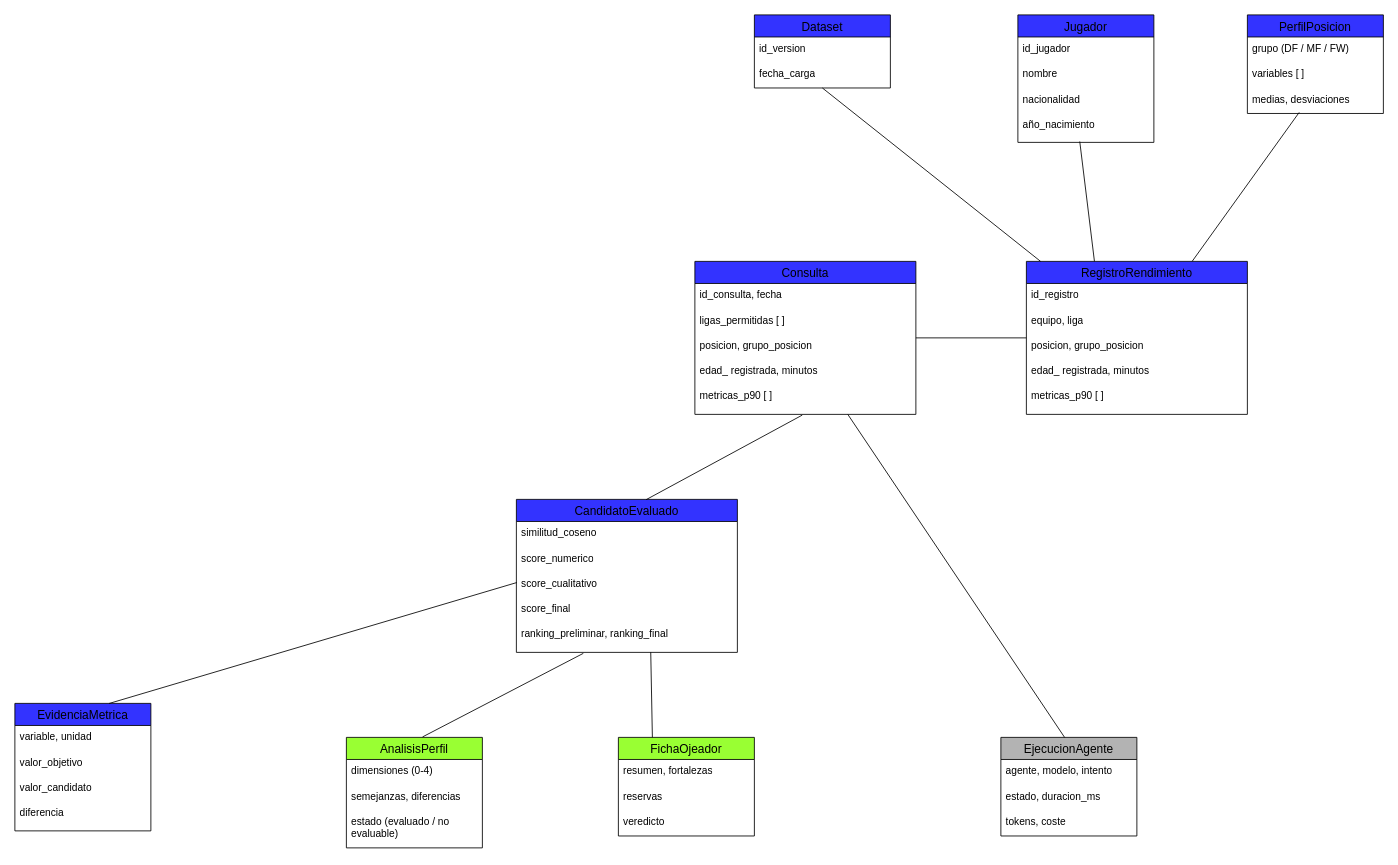
This is diagramas/diagrama_de_dominio.drawio from jgarca30/AI_SCOUT, a draw.io file, before an edit. Source tidied: cells renumbered, new cells numbered last; positions are measured from the earlier drawing's top-left corner, leaving out a move shared by most shapes. Both pictures are drawn from the tidied source at 85%, with x=0, y=0 at pixel (14, 14).
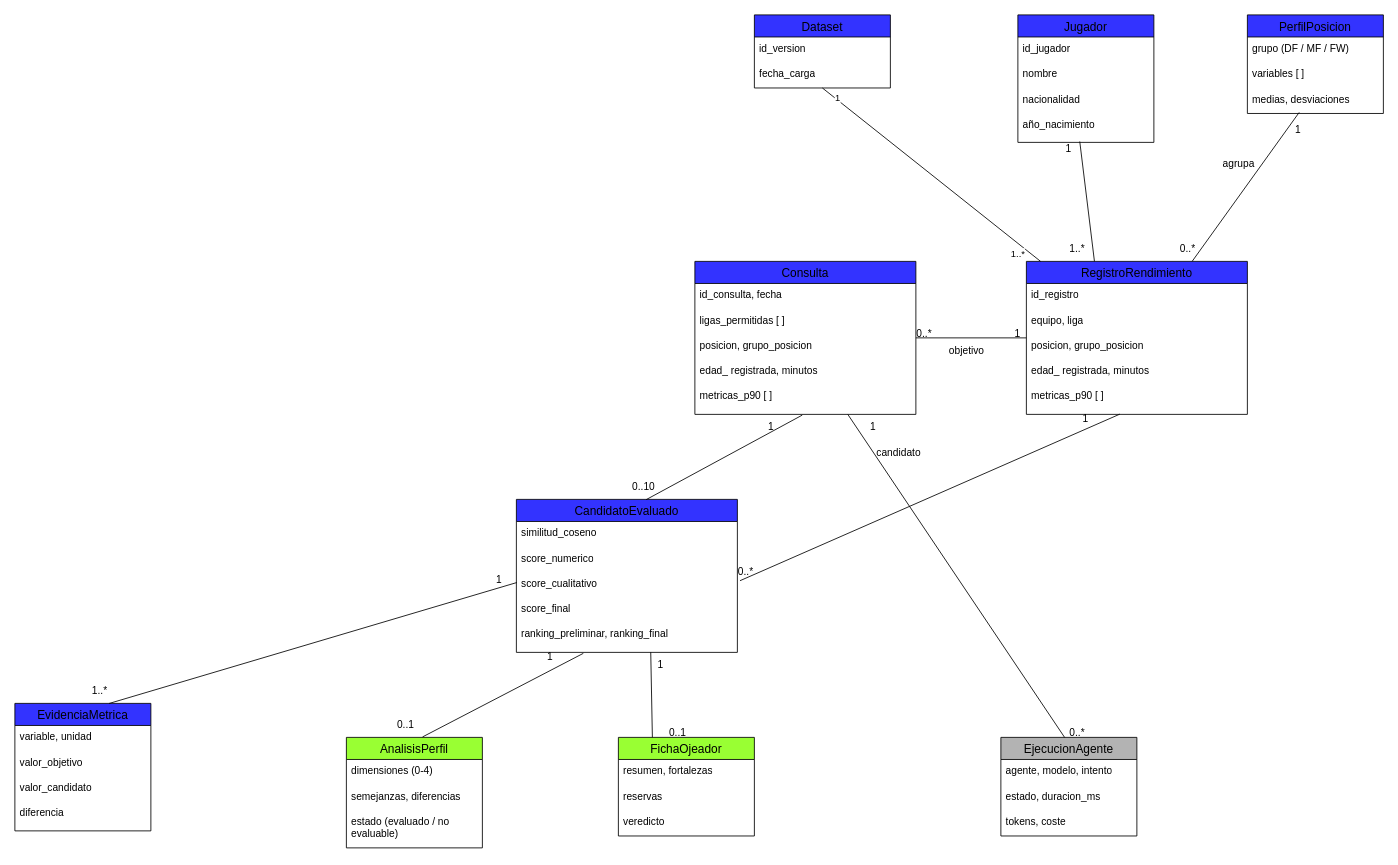
The same page after the edit.

Commit message:
version inicial diagrama de dominio

Unchanged cells that the change refers to:
```xml
<mxCell id="16" value="&lt;div&gt;posicion, grupo_posicion&lt;/div&gt;&lt;div&gt;&lt;br&gt;&lt;/div&gt;&lt;div&gt;edad_ registrada, minutos&lt;/div&gt;&lt;div&gt;&lt;br&gt;&lt;/div&gt;&lt;div&gt;metricas_p90 [ ]&lt;/div&gt;&lt;div&gt;&lt;br&gt;&lt;/div&gt;&lt;div&gt;&lt;br&gt;&lt;/div&gt;" style="text;strokeColor=none;fillColor=none;spacingLeft=4;spacingRight=4;overflow=hidden;points=[[0,0.5],[1,0.5]];portConstraint=eastwest;fontSize=12;whiteSpace=wrap;html=1;" parent="13" vertex="1">
  <mxGeometry y="86" width="260" height="94" as="geometry" />
</mxCell>
<mxCell id="24" value="&lt;div&gt;score_cualitativo&lt;/div&gt;&lt;div&gt;&lt;br&gt;&lt;/div&gt;&lt;div&gt;score_final&lt;/div&gt;&lt;div&gt;&lt;br&gt;&lt;/div&gt;&lt;div&gt;ranking_preliminar, ranking_final&lt;/div&gt;&lt;div&gt;&lt;br&gt;&lt;/div&gt;&lt;div&gt;&lt;br&gt;&lt;/div&gt;" style="text;strokeColor=none;fillColor=none;spacingLeft=4;spacingRight=4;overflow=hidden;points=[[0,0.5],[1,0.5]];portConstraint=eastwest;fontSize=12;whiteSpace=wrap;html=1;" parent="21" vertex="1">
  <mxGeometry y="86" width="260" height="94" as="geometry" />
</mxCell>
<mxCell id="41" style="endArrow=none;html=1;rounded=0;defaultLabelBackgroundColor=page;entryX=0.5;entryY=1;entryDx=0;entryDy=0;" parent="1" edge="1" source="13" target="6">
  <mxGeometry relative="1" as="geometry" />
</mxCell>
```

What changed in the source:
```diff
@@
+    <mxCell id="50" value="1" style="edgeLabel;html=1;align=center;verticalAlign=middle;inheritText=1;defaultLabelBackgroundColor=page;" parent="41" vertex="1">
+      <mxGeometry x="0.87" y="-2" relative="1" as="geometry" />
+    </mxCell>
+    <mxCell id="51" value="1..*" style="edgeLabel;html=1;align=center;verticalAlign=middle;inheritText=1;defaultLabelBackgroundColor=page;" parent="41" vertex="1">
+      <mxGeometry x="-0.85" y="-4" relative="1" as="geometry">
+        <mxPoint x="-10" y="9" as="offset" />
+      </mxGeometry>
+    </mxCell>
@@
+    <mxCell id="52" value="1..*" style="text;html=1;whiteSpace=wrap;strokeColor=none;fillColor=none;align=center;verticalAlign=middle;rounded=0;" parent="1" vertex="1">
+      <mxGeometry x="1220" y="260" width="60" height="30" as="geometry" />
+    </mxCell>
+    <mxCell id="53" value="0..*" style="text;html=1;whiteSpace=wrap;strokeColor=none;fillColor=none;align=center;verticalAlign=middle;rounded=0;" parent="1" vertex="1">
+      <mxGeometry x="1350" y="260" width="60" height="30" as="geometry" />
+    </mxCell>
+    <mxCell id="54" value="1&lt;div&gt;&lt;br&gt;&lt;/div&gt;" style="text;html=1;whiteSpace=wrap;strokeColor=none;fillColor=none;align=center;verticalAlign=middle;rounded=0;" parent="1" vertex="1">
+      <mxGeometry x="1210" y="150" width="60" height="30" as="geometry" />
+    </mxCell>
+    <mxCell id="55" value="1" style="text;html=1;whiteSpace=wrap;strokeColor=none;fillColor=none;align=center;verticalAlign=middle;rounded=0;" parent="1" vertex="1">
+      <mxGeometry x="1480" y="120" width="60" height="30" as="geometry" />
+    </mxCell>
+    <mxCell id="56" value="agrupa" style="text;html=1;whiteSpace=wrap;strokeColor=none;fillColor=none;align=center;verticalAlign=middle;rounded=0;" parent="1" vertex="1">
+      <mxGeometry x="1410" y="160" width="60" height="30" as="geometry" />
+    </mxCell>
+    <mxCell id="57" value="0..*" style="text;html=1;whiteSpace=wrap;strokeColor=none;fillColor=none;align=center;verticalAlign=middle;rounded=0;" parent="1" vertex="1">
+      <mxGeometry x="1040" y="360" width="60" height="30" as="geometry" />
+    </mxCell>
+    <mxCell id="58" value="1" style="text;html=1;whiteSpace=wrap;strokeColor=none;fillColor=none;align=center;verticalAlign=middle;rounded=0;" parent="1" vertex="1">
+      <mxGeometry x="1150" y="360" width="60" height="30" as="geometry" />
+    </mxCell>
+    <mxCell id="59" value="objetivo" style="text;html=1;whiteSpace=wrap;strokeColor=none;fillColor=none;align=center;verticalAlign=middle;rounded=0;" parent="1" vertex="1">
+      <mxGeometry x="1090" y="380" width="60" height="30" as="geometry" />
+    </mxCell>
+    <mxCell id="60" value="1" style="text;html=1;whiteSpace=wrap;strokeColor=none;fillColor=none;align=center;verticalAlign=middle;rounded=0;" parent="1" vertex="1">
+      <mxGeometry x="860" y="470" width="60" height="30" as="geometry" />
+    </mxCell>
+    <mxCell id="61" value="1" style="text;html=1;whiteSpace=wrap;strokeColor=none;fillColor=none;align=center;verticalAlign=middle;rounded=0;" parent="1" vertex="1">
+      <mxGeometry x="980" y="470" width="60" height="30" as="geometry" />
+    </mxCell>
+    <mxCell id="62" value="candidato" style="text;html=1;whiteSpace=wrap;strokeColor=none;fillColor=none;align=center;verticalAlign=middle;rounded=0;" parent="1" vertex="1">
+      <mxGeometry x="1010" y="500" width="60" height="30" as="geometry" />
+    </mxCell>
+    <mxCell id="63" style="endArrow=none;html=1;rounded=0;defaultLabelBackgroundColor=page;exitX=1.012;exitY=0.103;exitDx=0;exitDy=0;exitPerimeter=0;entryX=0.423;entryY=0.997;entryDx=0;entryDy=0;entryPerimeter=0;" parent="1" edge="1" source="24" target="16">
+      <mxGeometry relative="1" as="geometry" />
+    </mxCell>
+    <mxCell id="64" value="0..*" style="text;html=1;whiteSpace=wrap;strokeColor=none;fillColor=none;align=center;verticalAlign=middle;rounded=0;" parent="1" vertex="1">
+      <mxGeometry x="830" y="640" width="60" height="30" as="geometry" />
+    </mxCell>
+    <mxCell id="65" value="1" style="text;html=1;whiteSpace=wrap;strokeColor=none;fillColor=none;align=center;verticalAlign=middle;rounded=0;" parent="1" vertex="1">
+      <mxGeometry x="1230" y="460" width="60" height="30" as="geometry" />
+    </mxCell>
+    <mxCell id="66" value="0..10" style="text;html=1;whiteSpace=wrap;strokeColor=none;fillColor=none;align=center;verticalAlign=middle;rounded=0;" parent="1" vertex="1">
+      <mxGeometry x="710" y="540" width="60" height="30" as="geometry" />
+    </mxCell>
+    <mxCell id="67" value="1" style="text;html=1;whiteSpace=wrap;strokeColor=none;fillColor=none;align=center;verticalAlign=middle;rounded=0;" parent="1" vertex="1">
+      <mxGeometry x="730" y="750" width="60" height="30" as="geometry" />
+    </mxCell>
+    <mxCell id="68" value="1" style="text;html=1;whiteSpace=wrap;strokeColor=none;fillColor=none;align=center;verticalAlign=middle;rounded=0;" parent="1" vertex="1">
+      <mxGeometry x="600" y="740" width="60" height="30" as="geometry" />
+    </mxCell>
+    <mxCell id="69" value="1" style="text;html=1;whiteSpace=wrap;strokeColor=none;fillColor=none;align=center;verticalAlign=middle;rounded=0;" parent="1" vertex="1">
+      <mxGeometry x="540" y="650" width="60" height="30" as="geometry" />
+    </mxCell>
+    <mxCell id="70" value="0..*" style="text;html=1;whiteSpace=wrap;strokeColor=none;fillColor=none;align=center;verticalAlign=middle;rounded=0;" parent="1" vertex="1">
+      <mxGeometry x="1220" y="830" width="60" height="30" as="geometry" />
+    </mxCell>
+    <mxCell id="71" value="1..*" style="text;html=1;whiteSpace=wrap;strokeColor=none;fillColor=none;align=center;verticalAlign=middle;rounded=0;" parent="1" vertex="1">
+      <mxGeometry x="70" y="780" width="60" height="30" as="geometry" />
+    </mxCell>
+    <mxCell id="72" value="0..1" style="text;html=1;whiteSpace=wrap;strokeColor=none;fillColor=none;align=center;verticalAlign=middle;rounded=0;" parent="1" vertex="1">
+      <mxGeometry x="430" y="820" width="60" height="30" as="geometry" />
+    </mxCell>
+    <mxCell id="73" value="0..1" style="text;html=1;whiteSpace=wrap;strokeColor=none;fillColor=none;align=center;verticalAlign=middle;rounded=0;" parent="1" vertex="1">
+      <mxGeometry x="750" y="830" width="60" height="30" as="geometry" />
+    </mxCell>
```
